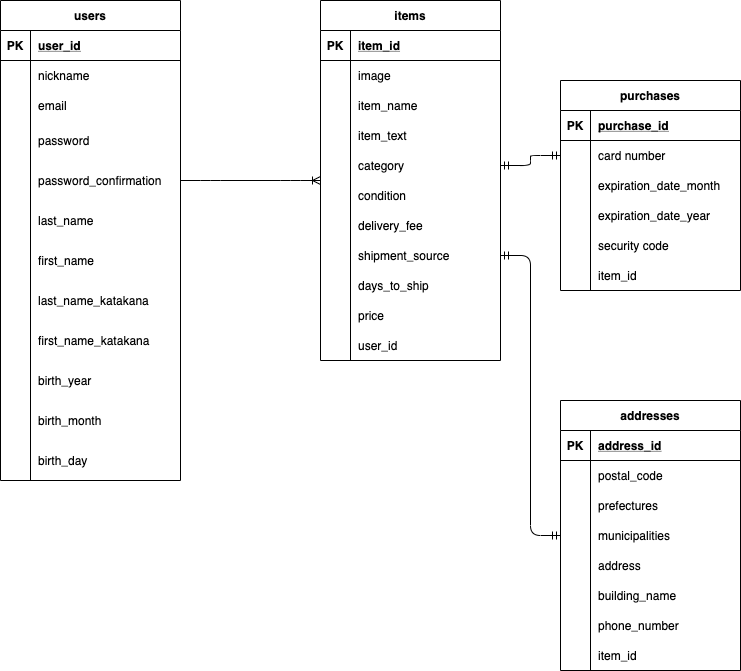
This is ER.png from shibayamasho/furima-34448, a draw.io export, as it was before one commit. Source tidied: cells renumbered, new cells last; positions are measured from the earlier drawing's top-left corner, leaving out a move shared by most shapes.
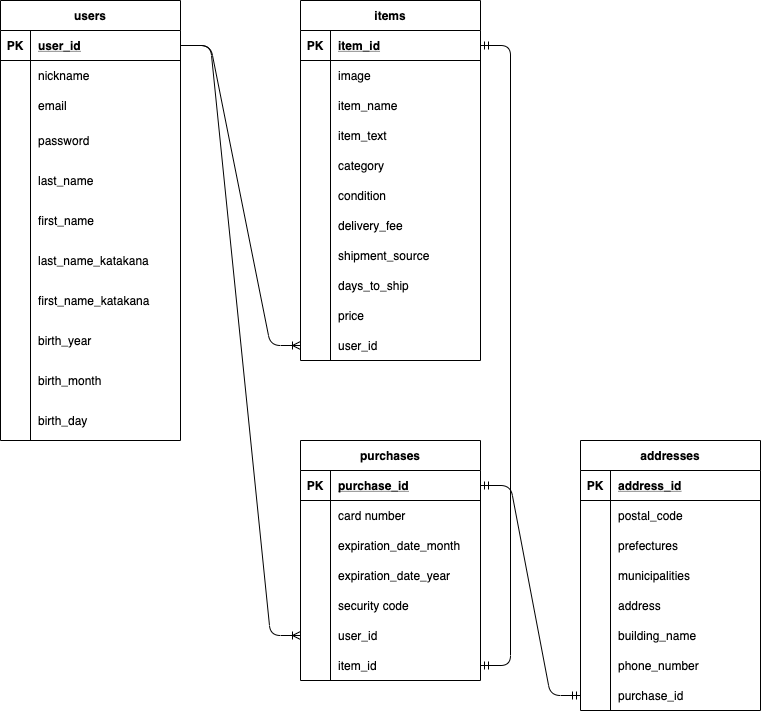
After the commit.

Diff of the diagram source:
```diff
@@ -3,7 +3,7 @@
     <mxCell id="0" />
     <mxCell id="1" parent="0" />
     <mxCell id="2" value="users" style="shape=table;startSize=30;rowLines=0;fontStyle=1;align=center;" parent="1" vertex="1">
-      <mxGeometry width="180" height="480" as="geometry" />
+      <mxGeometry x="-20" width="180" height="440" as="geometry" />
     </mxCell>
     <mxCell id="3" style="shape=partialRectangle;fillColor=none;top=0;left=0;bottom=1;right=0;points=[[0,0.5],[1,0.5]];portConstraint=eastwest;" parent="2" vertex="1">
       <mxGeometry y="30" width="180" height="30" as="geometry" />
@@ -41,17 +41,8 @@
     <mxCell id="14" value="password" style="shape=partialRectangle;fillColor=none;top=0;left=0;bottom=0;right=0;align=left;spacingLeft=6;overflow=hidden;" parent="12" vertex="1">
       <mxGeometry x="30" width="150" height="40" as="geometry" />
     </mxCell>
-    <mxCell id="15" style="shape=partialRectangle;fillColor=none;top=0;left=0;bottom=0;right=0;points=[[0,0.5],[1,0.5]];portConstraint=eastwest;" parent="2" vertex="1">
-      <mxGeometry y="160" width="180" height="40" as="geometry" />
-    </mxCell>
-    <mxCell id="16" style="shape=partialRectangle;fillColor=none;top=0;left=0;bottom=0;right=0;overflow=hidden;" parent="15" vertex="1">
-      <mxGeometry width="30" height="40" as="geometry" />
-    </mxCell>
-    <mxCell id="17" value="password_confirmation" style="shape=partialRectangle;fillColor=none;top=0;left=0;bottom=0;right=0;align=left;spacingLeft=6;overflow=hidden;" parent="15" vertex="1">
-      <mxGeometry x="30" width="150" height="40" as="geometry" />
-    </mxCell>
     <mxCell id="18" style="shape=partialRectangle;fillColor=none;top=0;left=0;bottom=0;right=0;" parent="2" vertex="1">
-      <mxGeometry y="200" width="180" height="40" as="geometry" />
+      <mxGeometry y="160" width="180" height="40" as="geometry" />
     </mxCell>
     <mxCell id="19" style="shape=partialRectangle;fillColor=none;top=0;left=0;bottom=0;right=0;overflow=hidden;" parent="18" vertex="1">
       <mxGeometry width="30" height="40" as="geometry" />
@@ -60,7 +51,7 @@
       <mxGeometry x="30" width="150" height="40" as="geometry" />
     </mxCell>
     <mxCell id="21" style="shape=partialRectangle;fillColor=none;top=0;left=0;bottom=0;right=0;" parent="2" vertex="1">
-      <mxGeometry y="240" width="180" height="40" as="geometry" />
+      <mxGeometry y="200" width="180" height="40" as="geometry" />
     </mxCell>
     <mxCell id="22" style="shape=partialRectangle;fillColor=none;top=0;left=0;bottom=0;right=0;overflow=hidden;" parent="21" vertex="1">
       <mxGeometry width="30" height="40" as="geometry" />
@@ -69,7 +60,7 @@
       <mxGeometry x="30" width="150" height="40" as="geometry" />
     </mxCell>
     <mxCell id="24" style="shape=partialRectangle;fillColor=none;top=0;left=0;bottom=0;right=0;" parent="2" vertex="1">
-      <mxGeometry y="280" width="180" height="40" as="geometry" />
+      <mxGeometry y="240" width="180" height="40" as="geometry" />
     </mxCell>
     <mxCell id="25" style="shape=partialRectangle;fillColor=none;top=0;left=0;bottom=0;right=0;overflow=hidden;" parent="24" vertex="1">
       <mxGeometry width="30" height="40" as="geometry" />
@@ -78,7 +69,7 @@
       <mxGeometry x="30" width="150" height="40" as="geometry" />
     </mxCell>
     <mxCell id="27" style="shape=partialRectangle;fillColor=none;top=0;left=0;bottom=0;right=0;" parent="2" vertex="1">
-      <mxGeometry y="320" width="180" height="40" as="geometry" />
+      <mxGeometry y="280" width="180" height="40" as="geometry" />
     </mxCell>
     <mxCell id="28" style="shape=partialRectangle;fillColor=none;top=0;left=0;bottom=0;right=0;overflow=hidden;" parent="27" vertex="1">
       <mxGeometry width="30" height="40" as="geometry" />
@@ -87,7 +78,7 @@
       <mxGeometry x="30" width="150" height="40" as="geometry" />
     </mxCell>
     <mxCell id="30" style="shape=partialRectangle;fillColor=none;top=0;left=0;bottom=0;right=0;" parent="2" vertex="1">
-      <mxGeometry y="360" width="180" height="40" as="geometry" />
+      <mxGeometry y="320" width="180" height="40" as="geometry" />
     </mxCell>
     <mxCell id="31" style="shape=partialRectangle;fillColor=none;top=0;left=0;bottom=0;right=0;overflow=hidden;" parent="30" vertex="1">
       <mxGeometry width="30" height="40" as="geometry" />
@@ -96,7 +87,7 @@
       <mxGeometry x="30" width="150" height="40" as="geometry" />
     </mxCell>
     <mxCell id="33" style="shape=partialRectangle;fillColor=none;top=0;left=0;bottom=0;right=0;" parent="2" vertex="1">
-      <mxGeometry y="400" width="180" height="40" as="geometry" />
+      <mxGeometry y="360" width="180" height="40" as="geometry" />
     </mxCell>
     <mxCell id="34" style="shape=partialRectangle;fillColor=none;top=0;left=0;bottom=0;right=0;overflow=hidden;" parent="33" vertex="1">
       <mxGeometry width="30" height="40" as="geometry" />
@@ -105,7 +96,7 @@
       <mxGeometry x="30" width="150" height="40" as="geometry" />
     </mxCell>
     <mxCell id="36" style="shape=partialRectangle;fillColor=none;top=0;left=0;bottom=0;right=0;" parent="2" vertex="1">
-      <mxGeometry y="440" width="180" height="40" as="geometry" />
+      <mxGeometry y="400" width="180" height="40" as="geometry" />
     </mxCell>
     <mxCell id="37" style="shape=partialRectangle;fillColor=none;top=0;left=0;bottom=0;right=0;overflow=hidden;" parent="36" vertex="1">
       <mxGeometry width="30" height="40" as="geometry" />
@@ -114,7 +105,7 @@
       <mxGeometry x="30" width="150" height="40" as="geometry" />
     </mxCell>
     <mxCell id="39" value="items" style="shape=table;startSize=30;rowLines=0;fontStyle=1;align=center;" parent="1" vertex="1">
-      <mxGeometry x="320" width="180" height="360" as="geometry" />
+      <mxGeometry x="280" width="180" height="360" as="geometry" />
     </mxCell>
     <mxCell id="40" style="shape=partialRectangle;fillColor=none;top=0;left=0;bottom=1;right=0;points=[[0,0.5],[1,0.5]];portConstraint=eastwest;" parent="39" vertex="1">
       <mxGeometry y="30" width="180" height="30" as="geometry" />
@@ -215,13 +206,11 @@
     <mxCell id="72" value="user_id" style="shape=partialRectangle;fillColor=none;top=0;left=0;bottom=0;right=0;align=left;spacingLeft=6;overflow=hidden;" parent="70" vertex="1">
       <mxGeometry x="30" width="150" height="30" as="geometry" />
     </mxCell>
-    <mxCell id="73" style="edgeStyle=entityRelationEdgeStyle;fontSize=12;html=1;endArrow=ERoneToMany;exitX=1;exitY=0.5;exitDx=0;exitDy=0;" parent="1" edge="1" source="15">
-      <mxGeometry relative="1" as="geometry">
-        <mxPoint x="320" y="180" as="targetPoint" />
-      </mxGeometry>
+    <mxCell id="73" style="edgeStyle=entityRelationEdgeStyle;fontSize=12;html=1;endArrow=ERoneToMany;exitX=1;exitY=0.5;exitDx=0;exitDy=0;entryX=0;entryY=0.5;entryDx=0;entryDy=0;" parent="1" edge="1" source="3" target="70">
+      <mxGeometry relative="1" as="geometry" />
     </mxCell>
     <mxCell id="74" value="addresses" style="shape=table;startSize=30;rowLines=0;fontStyle=1;align=center;" parent="1" vertex="1">
-      <mxGeometry x="560" y="400" width="180" height="270" as="geometry" />
+      <mxGeometry x="560" y="440" width="180" height="270" as="geometry" />
     </mxCell>
     <mxCell id="75" style="shape=partialRectangle;fillColor=none;top=0;left=0;bottom=1;right=0;" parent="74" vertex="1">
       <mxGeometry y="30" width="180" height="30" as="geometry" />
@@ -292,14 +281,11 @@
     <mxCell id="97" style="shape=partialRectangle;fillColor=none;top=0;left=0;bottom=0;right=0;overflow=hidden;" parent="96" vertex="1">
       <mxGeometry width="30" height="30" as="geometry" />
     </mxCell>
-    <mxCell id="98" value="item_id" style="shape=partialRectangle;fillColor=none;top=0;left=0;bottom=0;right=0;align=left;spacingLeft=6;overflow=hidden;" parent="96" vertex="1">
+    <mxCell id="98" value="purchase_id" style="shape=partialRectangle;fillColor=none;top=0;left=0;bottom=0;right=0;align=left;spacingLeft=6;overflow=hidden;" parent="96" vertex="1">
       <mxGeometry x="30" width="150" height="30" as="geometry" />
     </mxCell>
-    <mxCell id="99" style="edgeStyle=entityRelationEdgeStyle;fontSize=12;html=1;endArrow=ERmandOne;startArrow=ERmandOne;exitX=0;exitY=0.5;exitDx=0;exitDy=0;entryX=1;entryY=0.5;entryDx=0;entryDy=0;" parent="1" edge="1" source="84" target="61">
-      <mxGeometry relative="1" as="geometry" />
-    </mxCell>
     <mxCell id="100" value="purchases" style="shape=table;startSize=30;rowLines=0;fontStyle=1;align=center;" parent="1" vertex="1">
-      <mxGeometry x="560" y="80" width="180" height="210" as="geometry" />
+      <mxGeometry x="280" y="440" width="180" height="240" as="geometry" />
     </mxCell>
     <mxCell id="101" style="shape=partialRectangle;fillColor=none;top=0;left=0;bottom=1;right=0;points=[[0,0.5],[1,0.5]];portConstraint=eastwest;" parent="100" vertex="1">
       <mxGeometry y="30" width="180" height="30" as="geometry" />
@@ -346,8 +332,17 @@
     <mxCell id="115" value="security code" style="shape=partialRectangle;fillColor=none;top=0;left=0;bottom=0;right=0;align=left;spacingLeft=6;overflow=hidden;" parent="113" vertex="1">
       <mxGeometry x="30" width="150" height="30" as="geometry" />
     </mxCell>
+    <mxCell id="120" style="shape=partialRectangle;fillColor=none;top=0;left=0;bottom=0;right=0;points=[[0,0.5],[1,0.5]];portConstraint=eastwest;" parent="100" vertex="1">
+      <mxGeometry y="180" width="180" height="30" as="geometry" />
+    </mxCell>
+    <mxCell id="121" style="shape=partialRectangle;fillColor=none;top=0;left=0;bottom=0;right=0;overflow=hidden;" parent="120" vertex="1">
+      <mxGeometry width="30" height="30" as="geometry" />
+    </mxCell>
+    <mxCell id="122" value="user_id" style="shape=partialRectangle;fillColor=none;top=0;left=0;bottom=0;right=0;align=left;spacingLeft=6;overflow=hidden;" parent="120" vertex="1">
+      <mxGeometry x="30" width="150" height="30" as="geometry" />
+    </mxCell>
     <mxCell id="116" style="shape=partialRectangle;fillColor=none;top=0;left=0;bottom=0;right=0;points=[[0,0.5],[1,0.5]];portConstraint=eastwest;" parent="100" vertex="1">
-      <mxGeometry y="180" width="180" height="30" as="geometry" />
+      <mxGeometry y="210" width="180" height="30" as="geometry" />
     </mxCell>
     <mxCell id="117" style="shape=partialRectangle;fillColor=none;top=0;left=0;bottom=0;right=0;overflow=hidden;" parent="116" vertex="1">
       <mxGeometry width="30" height="30" as="geometry" />
@@ -355,8 +350,14 @@
     <mxCell id="118" value="item_id" style="shape=partialRectangle;fillColor=none;top=0;left=0;bottom=0;right=0;align=left;spacingLeft=6;overflow=hidden;" parent="116" vertex="1">
       <mxGeometry x="30" width="150" height="30" as="geometry" />
     </mxCell>
-    <mxCell id="119" style="edgeStyle=entityRelationEdgeStyle;fontSize=12;html=1;endArrow=ERmandOne;startArrow=ERmandOne;entryX=0;entryY=0.5;entryDx=0;entryDy=0;exitX=1;exitY=0.5;exitDx=0;exitDy=0;" parent="1" edge="1" source="52" target="104">
-      <mxGeometry relative="1" as="geometry" />
-    </mxCell>
+    <mxCell id="123" style="edgeStyle=entityRelationEdgeStyle;fontSize=12;html=1;endArrow=ERoneToMany;exitX=1;exitY=0.5;exitDx=0;exitDy=0;entryX=0;entryY=0.5;entryDx=0;entryDy=0;" parent="1" edge="1" source="3" target="120">
+      <mxGeometry relative="1" as="geometry" />
+    </mxCell>
+    <mxCell id="124" style="edgeStyle=entityRelationEdgeStyle;fontSize=12;html=1;endArrow=ERmandOne;startArrow=ERmandOne;entryX=0;entryY=0.5;entryDx=0;entryDy=0;exitX=1;exitY=0.5;exitDx=0;exitDy=0;" parent="1" edge="1" source="101" target="96">
+      <mxGeometry relative="1" as="geometry" />
+    </mxCell>
+    <mxCell id="125" style="edgeStyle=entityRelationEdgeStyle;fontSize=12;html=1;endArrow=ERmandOne;startArrow=ERmandOne;exitX=1;exitY=0.5;exitDx=0;exitDy=0;entryX=1;entryY=0.5;entryDx=0;entryDy=0;" parent="1" edge="1" source="40" target="116">
+      <mxGeometry relative="1" as="geometry" />
+    </mxCell>
   </root>
 </mxGraphModel>
```
